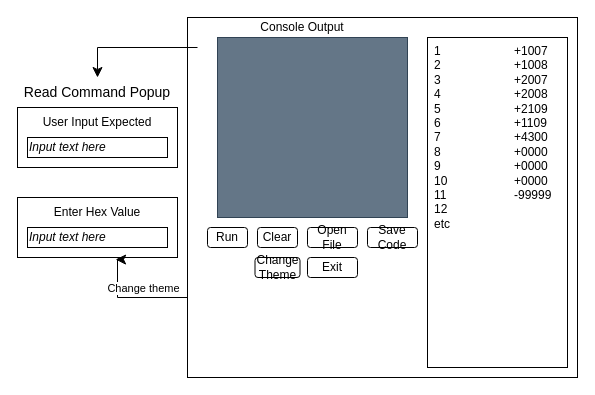
The draw.io diagram docs/wireframes/GUI_wireframe.drawio in Keatongull/GroupProject2450, before the edit. Source tidied: cells renumbered, new cells numbered last; positions are measured from the earlier drawing's top-left corner, leaving out a move shared by most shapes. Both pictures are drawn from the tidied source at 100%, with x=0, y=0 at pixel (17, 17).
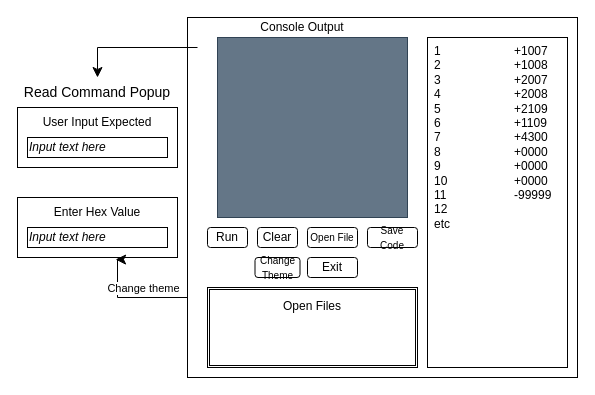
The same page after the edit.

Commit message (it also covers changes not shown here):
Got rid of black text, also updated wireframe

Change to the diagram source:
```diff
@@
-    <mxCell id="3" value="Open File" style="rounded=1;whiteSpace=wrap;html=1;" parent="1" vertex="1">
+    <mxCell id="3" value="&lt;font style=&quot;font-size: 10px;&quot;&gt;Open File&lt;/font&gt;" style="rounded=1;whiteSpace=wrap;html=1;" parent="1" vertex="1">
       <mxGeometry x="290" y="210" width="50" height="20" as="geometry" />
     </mxCell>
-    <mxCell id="4" value="Save Code" style="rounded=1;whiteSpace=wrap;html=1;" parent="1" vertex="1">
+    <mxCell id="4" value="&lt;font style=&quot;font-size: 10px;&quot;&gt;Save Code&lt;/font&gt;" style="rounded=1;whiteSpace=wrap;html=1;" parent="1" vertex="1">
       <mxGeometry x="350" y="210" width="50" height="20" as="geometry" />
     </mxCell>
@@
-    <mxCell id="16" value="Change Theme" style="rounded=1;whiteSpace=wrap;html=1;" parent="1" vertex="1">
+    <mxCell id="16" value="&lt;font style=&quot;font-size: 10px;&quot;&gt;Change Theme&lt;/font&gt;" style="rounded=1;whiteSpace=wrap;html=1;" parent="1" vertex="1">
       <mxGeometry x="237.5" y="240" width="45" height="20" as="geometry" />
     </mxCell>
@@
+    <mxCell id="22" value="Open Files&lt;br&gt;&lt;br&gt;&lt;br&gt;&lt;br&gt;" style="shape=ext;double=1;rounded=0;whiteSpace=wrap;html=1;" parent="1" vertex="1">
+      <mxGeometry x="190" y="270" width="210" height="80" as="geometry" />
+    </mxCell>
```
